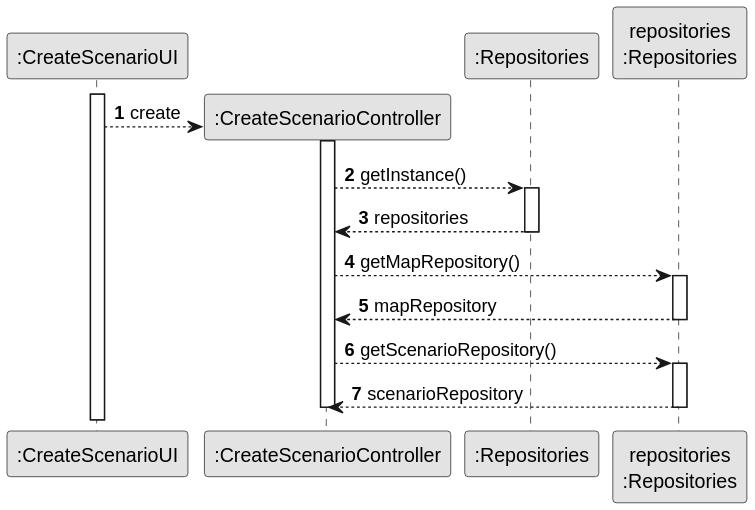
Before: docs/system-documentation/US004/03.design/svg/US004-Partial-SD-repositories.svg, a diagram exported from PlantUML (goncalolopesp/sem2-pi-24.25-g093-repo).
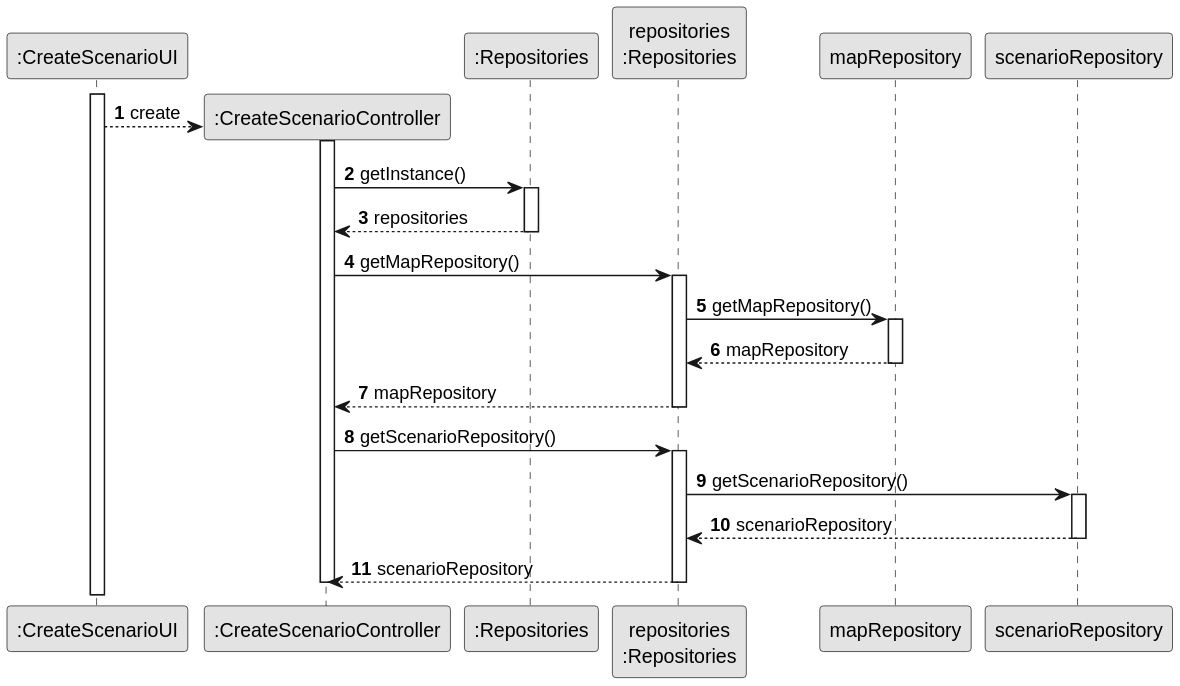
The same diagram one commit later.

Commit message:
US004 (docs) - Updated partial sequence diagrams

What changed in the source:
```diff
@@ -15,20 +15,32 @@
 participant ":Repositories" as Repositories
 participant "repositories\n:Repositories" as Repo
 
-CreateScenarioController --> Repositories : getInstance()
+CreateScenarioController -> Repositories : getInstance()
 activate Repositories
 
 Repositories --> CreateScenarioController : repositories
 deactivate Repositories
 
-CreateScenarioController --> Repo : getMapRepository()
+CreateScenarioController -> Repo : getMapRepository()
 activate Repo
+
+Repo -> mapRepository : getMapRepository()
+activate mapRepository
+
+mapRepository --> Repo : mapRepository
+deactivate mapRepository
 
 Repo --> CreateScenarioController : mapRepository
 deactivate Repo
 
-CreateScenarioController --> Repo : getScenarioRepository()
+CreateScenarioController -> Repo : getScenarioRepository()
 activate Repo
+
+Repo -> scenarioRepository : getScenarioRepository()
+activate scenarioRepository
+
+scenarioRepository --> Repo : scenarioRepository
+deactivate scenarioRepository
 
 Repo --> CreateScenarioController : scenarioRepository
 deactivate Repo
```
